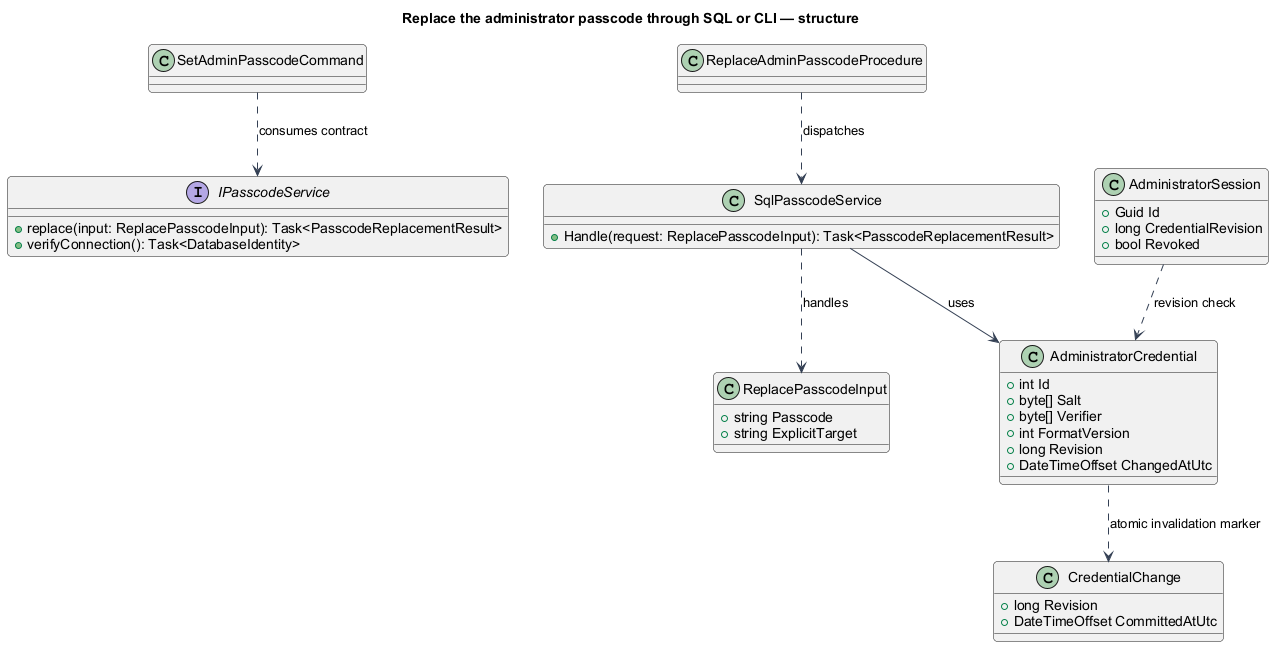
Before: docs/detailed-designs/access/replace-passcode/diagrams/classes.png, a diagram exported from PlantUML (QuinntyneBrown/faithtech-toronto-ai-build-event). The source it was exported from:
```plantuml
@startuml
skinparam backgroundColor #FFFFFF
skinparam shadowing false
skinparam defaultFontName Arial
skinparam ArrowColor #344054
skinparam roundcorner 8
title Replace the administrator passcode through SQL or CLI — structure
interface IPasscodeService {
+replace(input: ReplacePasscodeInput): Task<PasscodeReplacementResult>
+verifyConnection(): Task<DatabaseIdentity>
}
class SetAdminPasscodeCommand
SetAdminPasscodeCommand ..> IPasscodeService : consumes contract
class ReplaceAdminPasscodeProcedure
class SqlPasscodeService {
  +Handle(request: ReplacePasscodeInput): Task<PasscodeReplacementResult>
}
class ReplacePasscodeInput {
+string Passcode
+string ExplicitTarget
}
class AdministratorCredential {
+int Id
+byte[] Salt
+byte[] Verifier
+int FormatVersion
+long Revision
+DateTimeOffset ChangedAtUtc
}
ReplaceAdminPasscodeProcedure ..> SqlPasscodeService : dispatches
SqlPasscodeService ..> ReplacePasscodeInput : handles
SqlPasscodeService --> AdministratorCredential : uses
class AdministratorSession {
 +Guid Id
 +long CredentialRevision
 +bool Revoked
}
AdministratorSession ..> AdministratorCredential : revision check
class CredentialChange {
 +long Revision
 +DateTimeOffset CommittedAtUtc
}
AdministratorCredential ..> CredentialChange : atomic invalidation marker
@enduml
```
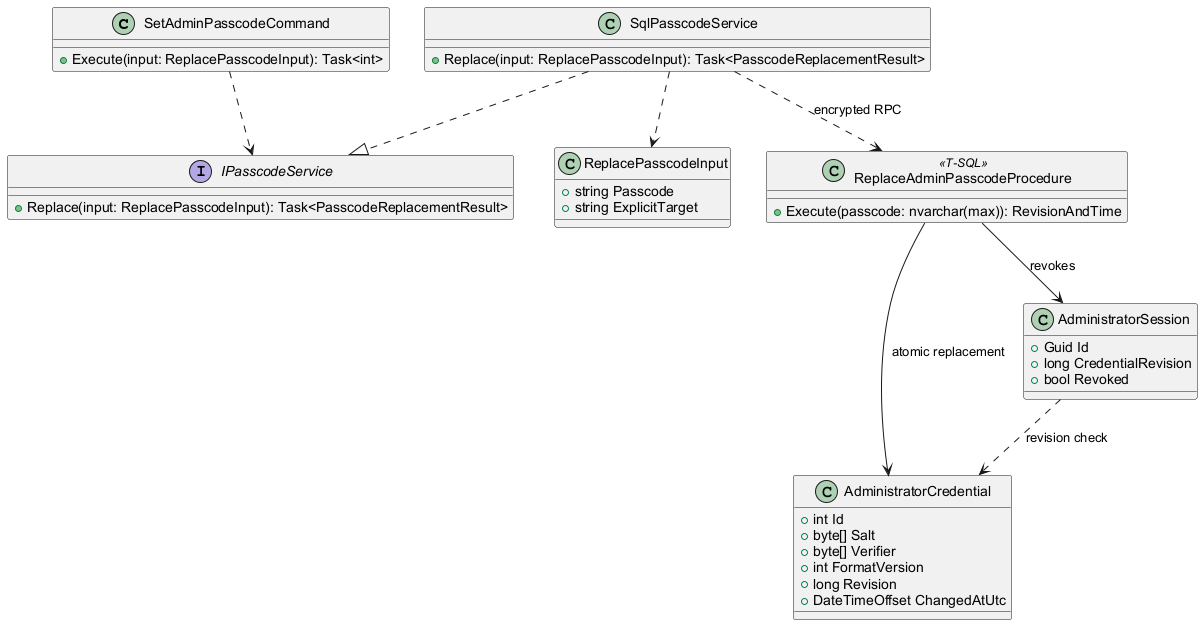
Later version of the same file.

Change to the diagram source:
```diff
@@ -2,43 +2,40 @@
 skinparam backgroundColor #FFFFFF
 skinparam shadowing false
 skinparam defaultFontName Arial
-skinparam ArrowColor #344054
-skinparam roundcorner 8
-title Replace the administrator passcode through SQL or CLI — structure
+class SetAdminPasscodeCommand {
+ +Execute(input: ReplacePasscodeInput): Task<int>
+}
 interface IPasscodeService {
-+replace(input: ReplacePasscodeInput): Task<PasscodeReplacementResult>
-+verifyConnection(): Task<DatabaseIdentity>
+ +Replace(input: ReplacePasscodeInput): Task<PasscodeReplacementResult>
 }
-class SetAdminPasscodeCommand
-SetAdminPasscodeCommand ..> IPasscodeService : consumes contract
-class ReplaceAdminPasscodeProcedure
 class SqlPasscodeService {
-  +Handle(request: ReplacePasscodeInput): Task<PasscodeReplacementResult>
+ +Replace(input: ReplacePasscodeInput): Task<PasscodeReplacementResult>
 }
 class ReplacePasscodeInput {
-+string Passcode
-+string ExplicitTarget
+ +string Passcode
+ +string ExplicitTarget
 }
 class AdministratorCredential {
-+int Id
-+byte[] Salt
-+byte[] Verifier
-+int FormatVersion
-+long Revision
-+DateTimeOffset ChangedAtUtc
+ +int Id
+ +byte[] Salt
+ +byte[] Verifier
+ +int FormatVersion
+ +long Revision
+ +DateTimeOffset ChangedAtUtc
 }
-ReplaceAdminPasscodeProcedure ..> SqlPasscodeService : dispatches
-SqlPasscodeService ..> ReplacePasscodeInput : handles
-SqlPasscodeService --> AdministratorCredential : uses
 class AdministratorSession {
  +Guid Id
  +long CredentialRevision
  +bool Revoked
 }
+class ReplaceAdminPasscodeProcedure <<T-SQL>> {
+ +Execute(passcode: nvarchar(max)): RevisionAndTime
+}
+SetAdminPasscodeCommand ..> IPasscodeService
+SqlPasscodeService ..|> IPasscodeService
+SqlPasscodeService ..> ReplacePasscodeInput
+SqlPasscodeService ..> ReplaceAdminPasscodeProcedure : encrypted RPC
+ReplaceAdminPasscodeProcedure --> AdministratorCredential : atomic replacement
+ReplaceAdminPasscodeProcedure --> AdministratorSession : revokes
 AdministratorSession ..> AdministratorCredential : revision check
-class CredentialChange {
- +long Revision
- +DateTimeOffset CommittedAtUtc
-}
-AdministratorCredential ..> CredentialChange : atomic invalidation marker
 @enduml
```
